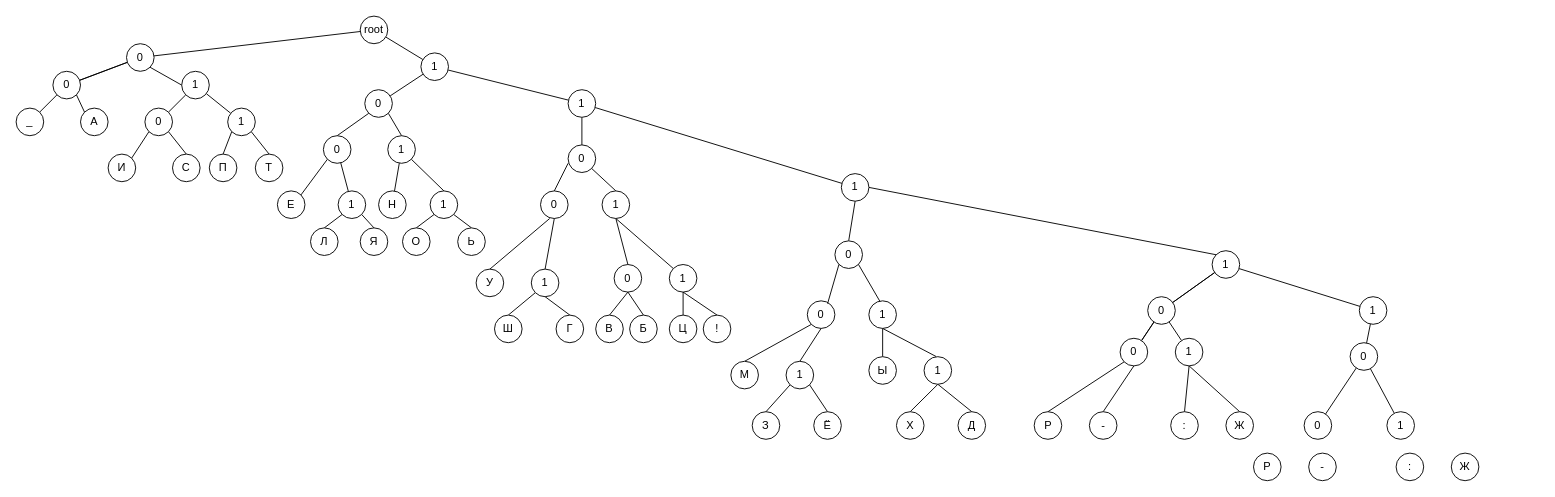
The draw.io diagram Диаграмма без названия.drawio in Shumila71/shumila71.github.io, before the edit. Source tidied: cells renumbered, new cells numbered last; positions are measured from the earlier drawing's top-left corner, leaving out a move shared by most shapes. Both pictures are drawn from the tidied source at 92%, with x=0, y=0 at pixel (16, 16).
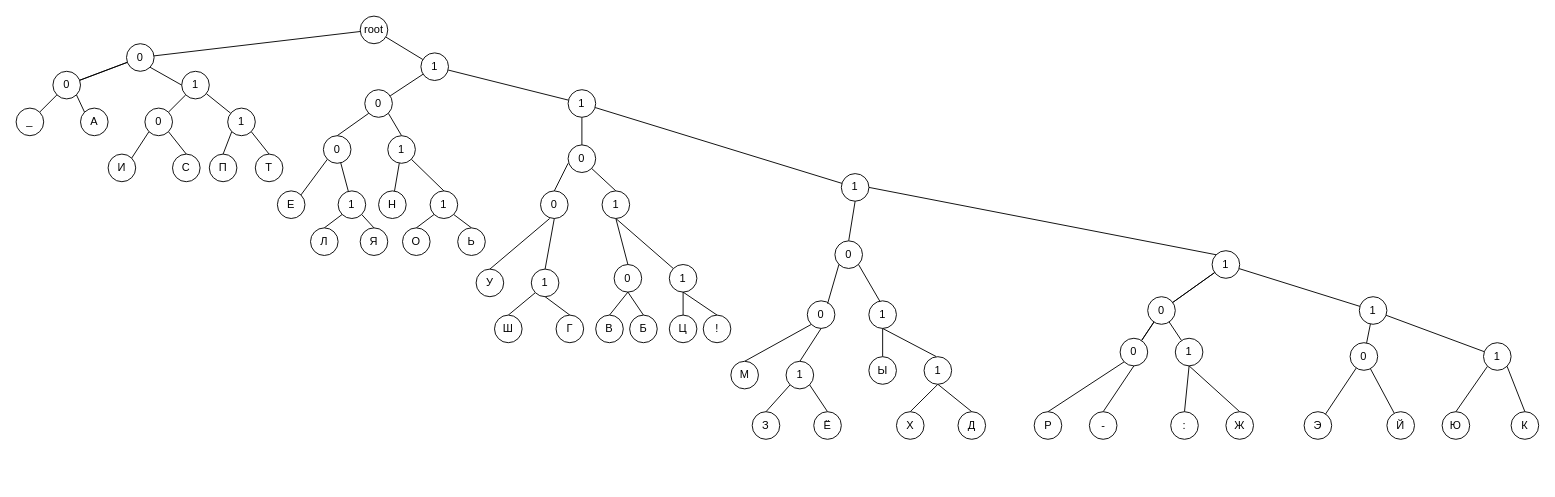
The same diagram, later.

Unchanged cells that the change refers to:
```xml
<mxCell id="39" value="1" style="ellipse;whiteSpace=wrap;html=1;" parent="1" vertex="1">
  <mxGeometry x="1460" y="305" width="30" height="30" as="geometry" />
</mxCell>
```

What changed in the source:
```diff
@@
+    <mxCell id="132" style="edgeStyle=none;shape=connector;rounded=0;jettySize=auto;html=1;labelBackgroundColor=default;strokeColor=default;align=center;verticalAlign=middle;fontFamily=Helvetica;fontSize=11;fontColor=default;endArrow=none;endFill=0;" parent="1" edge="1" source="39" target="135">
+      <mxGeometry relative="1" as="geometry" />
+    </mxCell>
@@
-    <mxCell id="77" value="1" style="ellipse;whiteSpace=wrap;html=1;" parent="1" vertex="1">
+    <mxCell id="77" value="Й" style="ellipse;whiteSpace=wrap;html=1;" parent="1" vertex="1">
       <mxGeometry x="1490" y="430" width="30" height="30" as="geometry" />
     </mxCell>
-    <mxCell id="78" value="0" style="ellipse;whiteSpace=wrap;html=1;" parent="1" vertex="1">
+    <mxCell id="78" value="Э" style="ellipse;whiteSpace=wrap;html=1;" parent="1" vertex="1">
       <mxGeometry x="1400" y="430" width="30" height="30" as="geometry" />
     </mxCell>
@@
-    <mxCell id="128" value="-" style="ellipse;whiteSpace=wrap;html=1;" parent="1" vertex="1">
-      <mxGeometry x="1405" y="475" width="30" height="30" as="geometry" />
-    </mxCell>
-    <mxCell id="129" value="Р" style="ellipse;whiteSpace=wrap;html=1;" parent="1" vertex="1">
-      <mxGeometry x="1345" y="475" width="30" height="30" as="geometry" />
-    </mxCell>
-    <mxCell id="130" value="Ж" style="ellipse;whiteSpace=wrap;html=1;" parent="1" vertex="1">
-      <mxGeometry x="1560" y="475" width="30" height="30" as="geometry" />
-    </mxCell>
-    <mxCell id="131" value=":" style="ellipse;whiteSpace=wrap;html=1;" parent="1" vertex="1">
-      <mxGeometry x="1500" y="475" width="30" height="30" as="geometry" />
-    </mxCell>
+    <mxCell id="133" style="edgeStyle=none;shape=connector;rounded=0;jettySize=auto;html=1;exitX=0;exitY=1;exitDx=0;exitDy=0;entryX=0.5;entryY=0;entryDx=0;entryDy=0;labelBackgroundColor=default;strokeColor=default;align=center;verticalAlign=middle;fontFamily=Helvetica;fontSize=11;fontColor=default;endArrow=none;endFill=0;" parent="1" edge="1" source="135" target="137">
+      <mxGeometry relative="1" as="geometry" />
+    </mxCell>
+    <mxCell id="134" style="edgeStyle=none;shape=connector;rounded=0;jettySize=auto;html=1;exitX=1;exitY=1;exitDx=0;exitDy=0;entryX=0.5;entryY=0;entryDx=0;entryDy=0;labelBackgroundColor=default;strokeColor=default;align=center;verticalAlign=middle;fontFamily=Helvetica;fontSize=11;fontColor=default;endArrow=none;endFill=0;" parent="1" edge="1" source="135" target="136">
+      <mxGeometry relative="1" as="geometry" />
+    </mxCell>
+    <mxCell id="135" value="1" style="ellipse;whiteSpace=wrap;html=1;" parent="1" vertex="1">
+      <mxGeometry x="1595" y="355" width="30" height="30" as="geometry" />
+    </mxCell>
+    <mxCell id="136" value="К" style="ellipse;whiteSpace=wrap;html=1;" parent="1" vertex="1">
+      <mxGeometry x="1625" y="430" width="30" height="30" as="geometry" />
+    </mxCell>
+    <mxCell id="137" value="Ю" style="ellipse;whiteSpace=wrap;html=1;" parent="1" vertex="1">
+      <mxGeometry x="1550" y="430" width="30" height="30" as="geometry" />
+    </mxCell>
```
